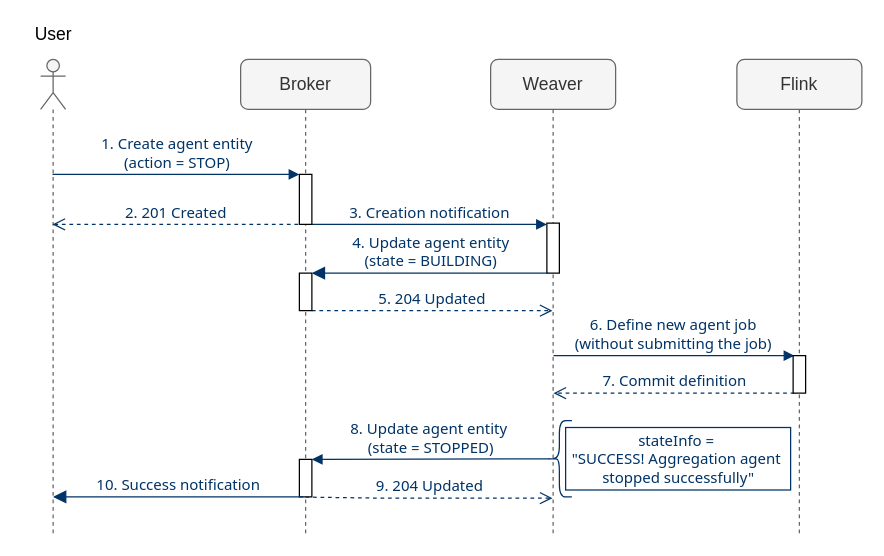
Above: page "aggregation-agent-stop-definition" (10 of 14) of docs/sda-orchestration/img/SDA-orchestration-sequence-diagrams.drawio in giros-dit/semantic-data-aggregator (draw.io), before the change. Source tidied: cells renumbered, new cells numbered last; positions are measured from the earlier drawing's top-left corner, leaving out a move shared by most shapes. Both pictures are drawn from the tidied source at 125%, with x=0, y=0 at pixel (21, 21).
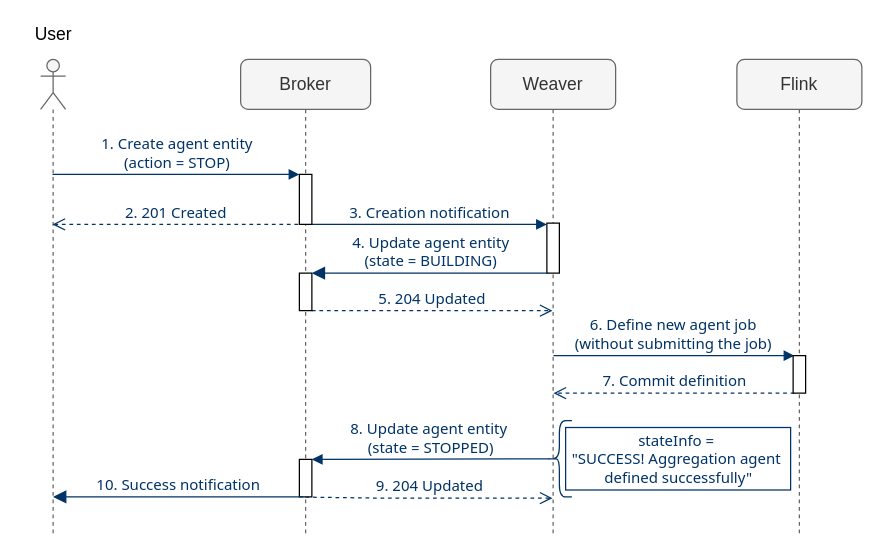
The same page after the edit.

What changed in the source:
```diff
@@
-    <mxCell id="22" value="&lt;div&gt;&lt;font color=&quot;#003366&quot;&gt;&lt;span style=&quot;font-family: &amp;#34;tahoma&amp;#34; ; background-color: rgb(255 , 255 , 255)&quot;&gt;stateInfo =&lt;/span&gt;&lt;span style=&quot;font-family: &amp;#34;tahoma&amp;#34;&quot;&gt;&amp;nbsp;&lt;/span&gt;&lt;/font&gt;&lt;/div&gt;&lt;div&gt;&lt;span style=&quot;font-family: &amp;#34;tahoma&amp;#34;&quot;&gt;&lt;font color=&quot;#003366&quot;&gt;&quot;SUCCESS! Aggregation agent&amp;nbsp;&lt;/font&gt;&lt;/span&gt;&lt;/div&gt;&lt;div&gt;&lt;span style=&quot;font-family: &amp;#34;tahoma&amp;#34;&quot;&gt;&lt;font color=&quot;#003366&quot;&gt;stopped successfully&lt;/font&gt;&lt;/span&gt;&lt;span style=&quot;color: rgb(0 , 51 , 102) ; font-family: &amp;#34;tahoma&amp;#34;&quot;&gt;&quot;&lt;/span&gt;&lt;/div&gt;" style="text;html=1;align=center;verticalAlign=middle;strokeColor=#003366;" parent="1" vertex="1">
+    <mxCell id="22" value="&lt;div&gt;&lt;font color=&quot;#003366&quot;&gt;&lt;span style=&quot;font-family: &amp;#34;tahoma&amp;#34; ; background-color: rgb(255 , 255 , 255)&quot;&gt;stateInfo =&lt;/span&gt;&lt;span style=&quot;font-family: &amp;#34;tahoma&amp;#34;&quot;&gt;&amp;nbsp;&lt;/span&gt;&lt;/font&gt;&lt;/div&gt;&lt;div&gt;&lt;span style=&quot;font-family: &amp;#34;tahoma&amp;#34;&quot;&gt;&lt;font color=&quot;#003366&quot;&gt;&quot;SUCCESS! Aggregation agent&amp;nbsp;&lt;/font&gt;&lt;/span&gt;&lt;/div&gt;&lt;div&gt;&lt;span style=&quot;font-family: &amp;#34;tahoma&amp;#34;&quot;&gt;&lt;font color=&quot;#003366&quot;&gt;defined successfully&lt;/font&gt;&lt;/span&gt;&lt;span style=&quot;color: rgb(0 , 51 , 102) ; font-family: &amp;#34;tahoma&amp;#34;&quot;&gt;&quot;&lt;/span&gt;&lt;/div&gt;" style="text;html=1;align=center;verticalAlign=middle;strokeColor=#003366;" parent="1" vertex="1">
       <mxGeometry x="435" y="324.5" width="180" height="50" as="geometry" />
     </mxCell>
```
